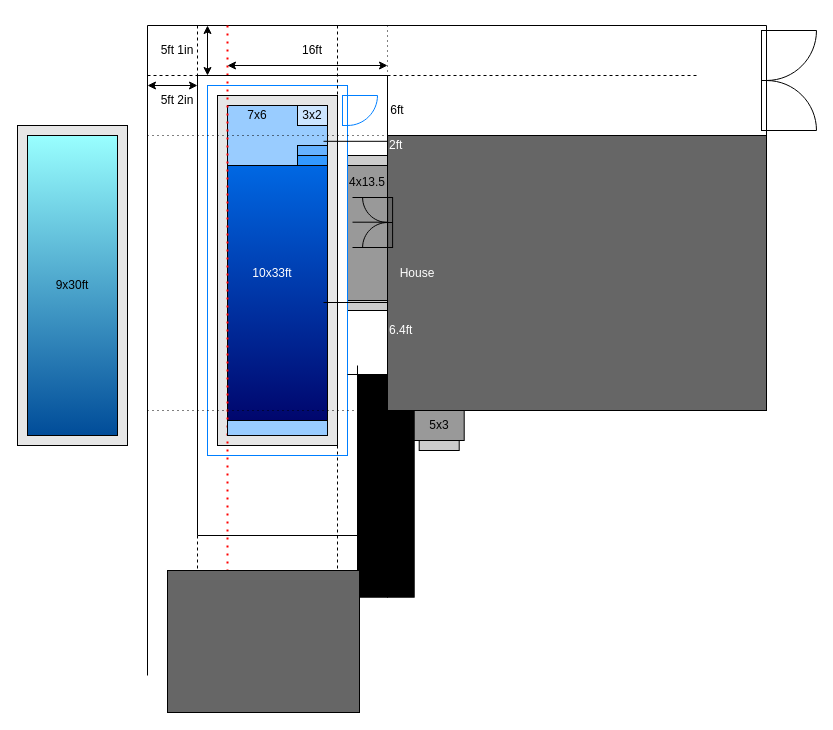
The draw.io diagram PoolPlan.drawio in hikumealan/draw-io-diagrams, before the edit. Source tidied: cells renumbered, new cells numbered last; positions are measured from the earlier drawing's top-left corner, leaving out a move shared by most shapes. Both pictures are drawn from the tidied source at 100%, with x=0, y=0 at pixel (17, 25).
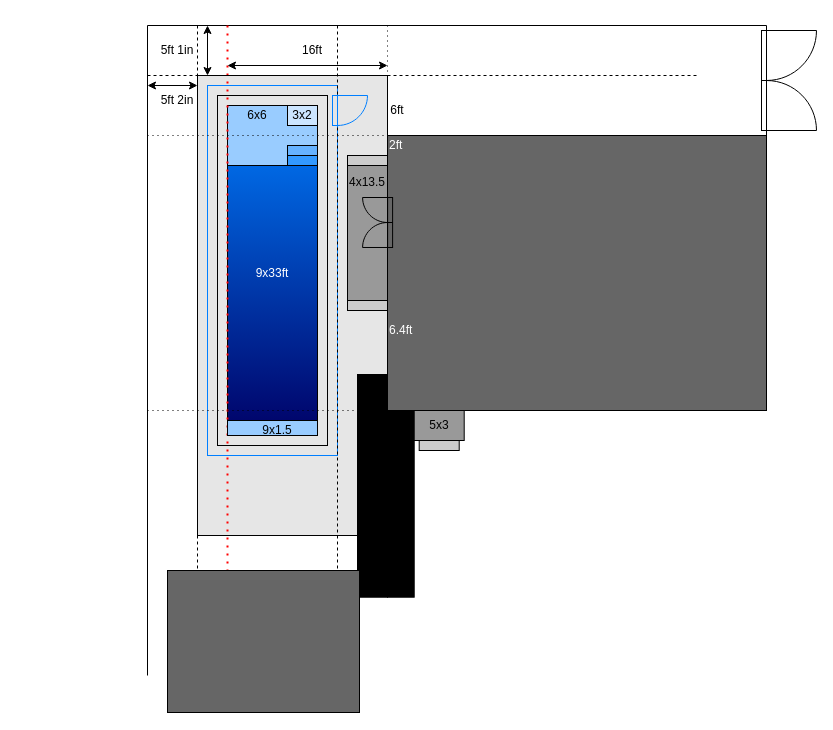
The same diagram, later.

Change to the diagram source:
```diff
@@
+    <mxCell id="61" style="rounded=0;whiteSpace=wrap;html=1;fillColor=#E6E6E6;" parent="1" vertex="1">
+      <mxGeometry x="180" y="50" width="190" height="460" as="geometry" />
+    </mxCell>
@@
     <mxCell id="5" style="rounded=0;whiteSpace=wrap;html=1;fontColor=#FFFFFF;fillColor=none;gradientColor=none;strokeColor=#007FFF;" parent="1" vertex="1">
-      <mxGeometry x="190" y="60" width="140" height="370" as="geometry" />
+      <mxGeometry x="190" y="60" width="130" height="370" as="geometry" />
     </mxCell>
@@
     <mxCell id="7" style="rounded=0;whiteSpace=wrap;html=1;fillColor=#E6E6E6;gradientColor=none;" parent="1" vertex="1">
-      <mxGeometry x="200" y="70" width="120" height="350" as="geometry" />
+      <mxGeometry x="200" y="70" width="110" height="350" as="geometry" />
     </mxCell>
     <mxCell id="8" style="rounded=0;whiteSpace=wrap;html=1;fillColor=#007FFF;gradientColor=#000066;" parent="1" vertex="1">
-      <mxGeometry x="210" y="80" width="100" height="330" as="geometry" />
+      <mxGeometry x="210" y="80" width="90" height="330" as="geometry" />
     </mxCell>
     <mxCell id="9" style="rounded=0;whiteSpace=wrap;html=1;fillColor=#99CCFF;gradientColor=none;" parent="1" vertex="1">
-      <mxGeometry x="210" y="80" width="100" height="60" as="geometry" />
+      <mxGeometry x="210" y="80" width="90" height="60" as="geometry" />
     </mxCell>
     <mxCell id="10" style="rounded=0;whiteSpace=wrap;html=1;fillColor=#3399FF;gradientColor=none;" parent="1" vertex="1">
-      <mxGeometry x="280" y="130" width="30" height="10" as="geometry" />
+      <mxGeometry x="270" y="130" width="30" height="10" as="geometry" />
     </mxCell>
     <mxCell id="11" style="rounded=0;whiteSpace=wrap;html=1;fillColor=#66B2FF;gradientColor=none;" parent="1" vertex="1">
-      <mxGeometry x="280" y="120" width="30" height="10" as="geometry" />
+      <mxGeometry x="270" y="120" width="30" height="10" as="geometry" />
     </mxCell>
     <mxCell id="12" style="rounded=0;whiteSpace=wrap;html=1;fillColor=#CCE5FF;gradientColor=none;" parent="1" vertex="1">
-      <mxGeometry x="280" y="80" width="30" height="20" as="geometry" />
+      <mxGeometry x="270" y="80" width="30" height="20" as="geometry" />
     </mxCell>
-    <mxCell id="13" style="rounded=0;whiteSpace=wrap;html=1;fillColor=#E6E6E6;gradientColor=none;" parent="1" vertex="1">
-      <mxGeometry y="100" width="110" height="320" as="geometry" />
-    </mxCell>
@@
-    <mxCell id="18" style="rounded=0;whiteSpace=wrap;html=1;gradientColor=#004C99;fillColor=#99FFFF;" parent="1" vertex="1">
-      <mxGeometry x="10" y="110" width="90" height="300" as="geometry" />
-    </mxCell>
@@
     <mxCell id="26" style="endArrow=none;html=1;rounded=0;" parent="1" edge="1">
       <mxGeometry relative="1" as="geometry">
-        <mxPoint x="330" y="349" as="sourcePoint" />
+        <mxPoint x="340" y="349" as="sourcePoint" />
         <mxPoint x="370" y="349" as="targetPoint" />
       </mxGeometry>
     </mxCell>
@@
     <mxCell id="29" style="endArrow=none;html=1;rounded=0;" parent="1" edge="1">
       <mxGeometry relative="1" as="geometry">
-        <mxPoint x="340" y="340" as="sourcePoint" />
+        <mxPoint x="340" y="350" as="sourcePoint" />
         <mxPoint x="340" y="510" as="targetPoint" />
       </mxGeometry>
     </mxCell>
@@
-    <mxCell id="31" value="9x30ft" style="text;html=1;strokeColor=none;fillColor=none;align=center;verticalAlign=middle;whiteSpace=wrap;rounded=0;" parent="1" vertex="1">
-      <mxGeometry x="25" y="245" width="60" height="30" as="geometry" />
-    </mxCell>
@@
-    <mxCell id="33" value="10x33ft" style="text;html=1;strokeColor=none;fillColor=none;align=center;verticalAlign=middle;whiteSpace=wrap;rounded=0;fontColor=#FFFFFF;" parent="1" vertex="1">
+    <mxCell id="33" value="9x33ft" style="text;html=1;strokeColor=none;fillColor=none;align=center;verticalAlign=middle;whiteSpace=wrap;rounded=0;fontColor=#FFFFFF;" parent="1" vertex="1">
       <mxGeometry x="225" y="232.5" width="60" height="30" as="geometry" />
     </mxCell>
     <mxCell id="34" style="rounded=0;whiteSpace=wrap;html=1;fillColor=#99CCFF;gradientColor=none;" parent="1" vertex="1">
-      <mxGeometry x="210" y="395" width="100" height="15" as="geometry" />
+      <mxGeometry x="210" y="395" width="90" height="15" as="geometry" />
     </mxCell>
@@
     <mxCell id="37" style="verticalLabelPosition=bottom;html=1;verticalAlign=top;align=center;shape=mxgraph.floorplan.doorRight;fillColor=none;gradientColor=none;direction=north;strokeColor=#007FFF;" parent="1" vertex="1">
-      <mxGeometry x="325" y="70" width="31.9" height="30" as="geometry" />
+      <mxGeometry x="315" y="70" width="31.9" height="30" as="geometry" />
     </mxCell>
@@
-    <mxCell id="39" value="House" style="text;html=1;strokeColor=none;fillColor=none;align=center;verticalAlign=middle;whiteSpace=wrap;rounded=0;fontColor=#FFFFFF;" parent="1" vertex="1">
-      <mxGeometry x="370" y="232.5" width="60" height="30" as="geometry" />
-    </mxCell>
@@
-    <mxCell id="48" style="endArrow=none;html=1;rounded=0;fontColor=#FFFFFF;" parent="1" edge="1">
-      <mxGeometry relative="1" as="geometry">
-        <mxPoint x="335" y="172" as="sourcePoint" />
-        <mxPoint x="370" y="172" as="targetPoint" />
-      </mxGeometry>
-    </mxCell>
-    <mxCell id="49" style="endArrow=none;html=1;rounded=0;fontColor=#FFFFFF;" parent="1" edge="1">
-      <mxGeometry relative="1" as="geometry">
-        <mxPoint x="335" y="222" as="sourcePoint" />
-        <mxPoint x="370" y="222" as="targetPoint" />
-      </mxGeometry>
-    </mxCell>
-    <mxCell id="50" style="endArrow=none;html=1;rounded=0;fontColor=#FFFFFF;" parent="1" edge="1">
-      <mxGeometry relative="1" as="geometry">
-        <mxPoint x="335" y="196.7" as="sourcePoint" />
-        <mxPoint x="370" y="196.7" as="targetPoint" />
-      </mxGeometry>
-    </mxCell>
-    <mxCell id="51" style="endArrow=none;html=1;rounded=0;fontColor=#FFFFFF;" parent="1" edge="1">
-      <mxGeometry relative="1" as="geometry">
-        <mxPoint x="306" y="277" as="sourcePoint" />
-        <mxPoint x="370" y="277" as="targetPoint" />
-      </mxGeometry>
-    </mxCell>
-    <mxCell id="52" style="endArrow=none;html=1;rounded=0;fontColor=#FFFFFF;" parent="1" edge="1">
-      <mxGeometry relative="1" as="geometry">
-        <mxPoint x="306" y="115.8" as="sourcePoint" />
-        <mxPoint x="370" y="115.8" as="targetPoint" />
-      </mxGeometry>
-    </mxCell>
@@
-    <mxCell id="57" value="7x6" style="text;html=1;strokeColor=none;fillColor=none;align=center;verticalAlign=middle;whiteSpace=wrap;rounded=0;" parent="1" vertex="1">
+    <mxCell id="57" value="6x6" style="text;html=1;strokeColor=none;fillColor=none;align=center;verticalAlign=middle;whiteSpace=wrap;rounded=0;" parent="1" vertex="1">
       <mxGeometry x="210" y="75" width="60" height="30" as="geometry" />
     </mxCell>
     <mxCell id="58" value="3x2" style="text;html=1;strokeColor=none;fillColor=none;align=center;verticalAlign=middle;whiteSpace=wrap;rounded=0;" parent="1" vertex="1">
-      <mxGeometry x="265" y="75" width="60" height="30" as="geometry" />
+      <mxGeometry x="255" y="75" width="60" height="30" as="geometry" />
     </mxCell>
@@
+    <mxCell id="62" value="9x1.5" style="text;html=1;strokeColor=none;fillColor=none;align=center;verticalAlign=middle;whiteSpace=wrap;rounded=0;" parent="1" vertex="1">
+      <mxGeometry x="230" y="390" width="60" height="30" as="geometry" />
+    </mxCell>
```
